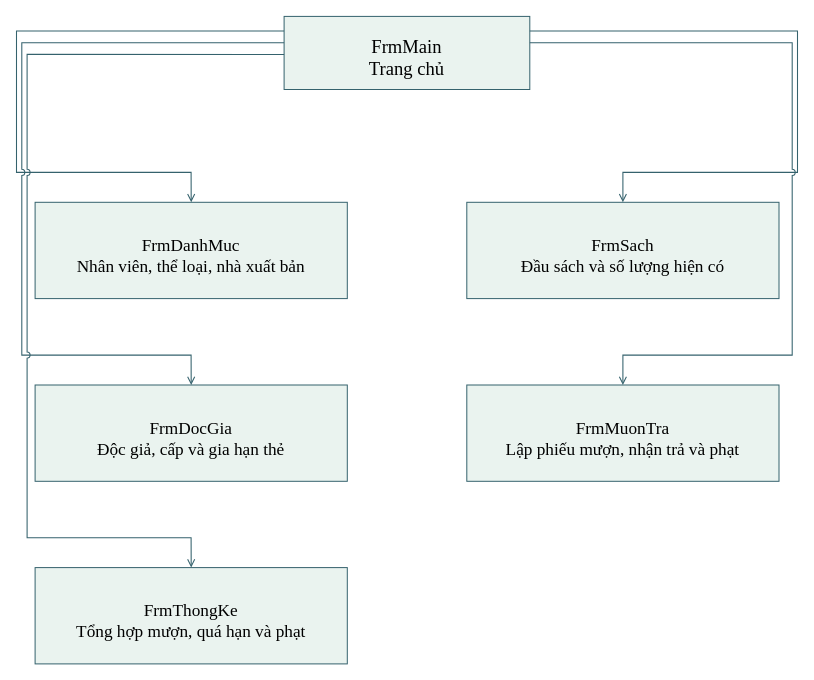
The draw.io diagram LAB2/UML/14_DieuHuongForm.drawio in kanishere55/LAB_AT_OOSD, before the edit. Source tidied: cells renumbered, new cells numbered last; positions are measured from the earlier drawing's top-left corner, leaving out a move shared by most shapes. Both pictures are drawn from the tidied source at 100%, with x=0, y=0 at pixel (16, 16).
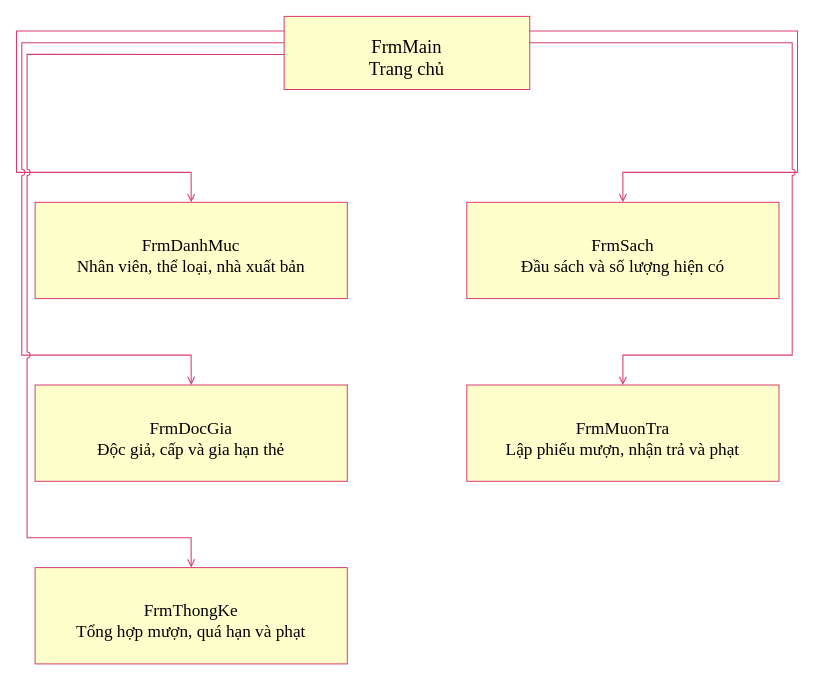
The same page after the edit.

The change refers to these unchanged cells:
```xml
<mxCell id="2" style="group;html=0;" parent="1" vertex="1">
  <mxGeometry x="267.6" y="-0.1" width="245.7" height="73.1" as="geometry" />
</mxCell>
<mxCell id="5" style="group;html=0;" parent="1" vertex="1">
  <mxGeometry x="18.6" y="185.8" width="312.2" height="96.3" as="geometry" />
</mxCell>
<mxCell id="9" style="group;html=0;" parent="1" vertex="1">
  <mxGeometry x="450.3" y="185.8" width="312.2" height="96.3" as="geometry" />
</mxCell>
<mxCell id="13" style="group;html=0;" parent="1" vertex="1">
  <mxGeometry x="18.6" y="368.5" width="312.2" height="96.3" as="geometry" />
</mxCell>
<mxCell id="17" style="group;html=0;" parent="1" vertex="1">
  <mxGeometry x="450.3" y="368.5" width="312.2" height="96.3" as="geometry" />
</mxCell>
<mxCell id="21" style="group;html=0;" parent="1" vertex="1">
  <mxGeometry x="18.6" y="551.1" width="312.2" height="96.3" as="geometry" />
</mxCell>
```

Change to the diagram source:
```diff
@@
-    <mxCell id="3" style="rounded=0;arcSize=12;html=0;fillColor=#eaf3ef;strokeColor=#35626d;strokeWidth=0.996;" parent="2" vertex="1">
+    <mxCell id="3" style="rounded=0;arcSize=12;html=0;fillColor=#ffffcc;strokeColor=#d83d70;strokeWidth=0.996;" parent="2" vertex="1">
       <mxGeometry width="245.7" height="73.1" as="geometry" />
     </mxCell>
@@
-    <mxCell id="6" style="rounded=0;arcSize=12;html=0;fillColor=#eaf3ef;strokeColor=#35626d;strokeWidth=0.996;" parent="5" vertex="1">
+    <mxCell id="6" style="rounded=0;arcSize=12;html=0;fillColor=#ffffcc;strokeColor=#d83d70;strokeWidth=0.996;" parent="5" vertex="1">
       <mxGeometry width="312.2" height="96.3" as="geometry" />
     </mxCell>
@@
-    <mxCell id="8" style="edgeStyle=none;noEdgeStyle=1;rounded=0;jumpStyle=arc;jumpSize=6;strokeColor=#35626d;strokeWidth=1.063;endArrow=open;endFill=0;startArrow=none;startFill=1;exitX=0.0;exitY=0.2;exitPerimeter=0;entryX=0.5;entryY=0.0;entryPerimeter=0;" parent="1" edge="1" source="2" target="5">
+    <mxCell id="8" style="edgeStyle=none;noEdgeStyle=1;rounded=0;jumpStyle=arc;jumpSize=6;strokeColor=#d83d70;strokeWidth=1.063;endArrow=open;endFill=0;startArrow=none;startFill=1;exitX=0.0;exitY=0.2;exitPerimeter=0;entryX=0.5;entryY=0.0;entryPerimeter=0;" parent="1" edge="1" source="2" target="5">
       <mxGeometry relative="1" as="geometry">
         <Array as="points">
           <mxPoint y="14.5" />
           <mxPoint y="155.9" />
           <mxPoint x="174.6" y="155.9" />
         </Array>
       </mxGeometry>
     </mxCell>
@@
-    <mxCell id="10" style="rounded=0;arcSize=12;html=0;fillColor=#eaf3ef;strokeColor=#35626d;strokeWidth=0.996;" parent="9" vertex="1">
+    <mxCell id="10" style="rounded=0;arcSize=12;html=0;fillColor=#ffffcc;strokeColor=#d83d70;strokeWidth=0.996;" parent="9" vertex="1">
       <mxGeometry width="312.2" height="96.3" as="geometry" />
     </mxCell>
@@
-    <mxCell id="12" style="edgeStyle=none;noEdgeStyle=1;rounded=0;jumpStyle=arc;jumpSize=6;strokeColor=#35626d;strokeWidth=1.063;endArrow=open;endFill=0;startArrow=none;startFill=1;exitX=1.0;exitY=0.2;exitPerimeter=0;entryX=0.5;entryY=0.0;entryPerimeter=0;" parent="1" edge="1" source="2" target="9">
+    <mxCell id="12" style="edgeStyle=none;noEdgeStyle=1;rounded=0;jumpStyle=arc;jumpSize=6;strokeColor=#d83d70;strokeWidth=1.063;endArrow=open;endFill=0;startArrow=none;startFill=1;exitX=1.0;exitY=0.2;exitPerimeter=0;entryX=0.5;entryY=0.0;entryPerimeter=0;" parent="1" edge="1" source="2" target="9">
       <mxGeometry relative="1" as="geometry">
         <Array as="points">
           <mxPoint x="781" y="14.5" />
           <mxPoint x="781" y="155.9" />
           <mxPoint x="606.4" y="155.9" />
         </Array>
       </mxGeometry>
     </mxCell>
@@
-    <mxCell id="14" style="rounded=0;arcSize=12;html=0;fillColor=#eaf3ef;strokeColor=#35626d;strokeWidth=0.996;" parent="13" vertex="1">
+    <mxCell id="14" style="rounded=0;arcSize=12;html=0;fillColor=#ffffcc;strokeColor=#d83d70;strokeWidth=0.996;" parent="13" vertex="1">
       <mxGeometry width="312.2" height="96.3" as="geometry" />
     </mxCell>
@@
-    <mxCell id="16" style="edgeStyle=none;noEdgeStyle=1;rounded=0;jumpStyle=arc;jumpSize=6;strokeColor=#35626d;strokeWidth=1.063;endArrow=open;endFill=0;startArrow=none;startFill=1;exitX=0.0;exitY=0.35999999999999993;exitPerimeter=0;entryX=0.5;entryY=0.0;entryPerimeter=0;" parent="1" edge="1" source="2" target="13">
+    <mxCell id="16" style="edgeStyle=none;noEdgeStyle=1;rounded=0;jumpStyle=arc;jumpSize=6;strokeColor=#d83d70;strokeWidth=1.063;endArrow=open;endFill=0;startArrow=none;startFill=1;exitX=0.0;exitY=0.35999999999999993;exitPerimeter=0;entryX=0.5;entryY=0.0;entryPerimeter=0;" parent="1" edge="1" source="2" target="13">
       <mxGeometry relative="1" as="geometry">
         <Array as="points">
           <mxPoint x="5.3" y="26.2" />
           <mxPoint x="5.3" y="338.6" />
           <mxPoint x="174.6" y="338.6" />
         </Array>
       </mxGeometry>
     </mxCell>
@@
-    <mxCell id="18" style="rounded=0;arcSize=12;html=0;fillColor=#eaf3ef;strokeColor=#35626d;strokeWidth=0.996;" parent="17" vertex="1">
+    <mxCell id="18" style="rounded=0;arcSize=12;html=0;fillColor=#ffffcc;strokeColor=#d83d70;strokeWidth=0.996;" parent="17" vertex="1">
       <mxGeometry width="312.2" height="96.3" as="geometry" />
     </mxCell>
@@
-    <mxCell id="20" style="edgeStyle=none;noEdgeStyle=1;rounded=0;jumpStyle=arc;jumpSize=6;strokeColor=#35626d;strokeWidth=1.063;endArrow=open;endFill=0;startArrow=none;startFill=1;exitX=1.0;exitY=0.35999999999999993;exitPerimeter=0;entryX=0.5;entryY=0.0;entryPerimeter=0;" parent="1" edge="1" source="2" target="17">
+    <mxCell id="20" style="edgeStyle=none;noEdgeStyle=1;rounded=0;jumpStyle=arc;jumpSize=6;strokeColor=#d83d70;strokeWidth=1.063;endArrow=open;endFill=0;startArrow=none;startFill=1;exitX=1.0;exitY=0.35999999999999993;exitPerimeter=0;entryX=0.5;entryY=0.0;entryPerimeter=0;" parent="1" edge="1" source="2" target="17">
       <mxGeometry relative="1" as="geometry">
         <Array as="points">
           <mxPoint x="775.7" y="26.2" />
           <mxPoint x="775.7" y="338.6" />
           <mxPoint x="606.4" y="338.6" />
         </Array>
       </mxGeometry>
     </mxCell>
@@
-    <mxCell id="22" style="rounded=0;arcSize=12;html=0;fillColor=#eaf3ef;strokeColor=#35626d;strokeWidth=0.996;" parent="21" vertex="1">
+    <mxCell id="22" style="rounded=0;arcSize=12;html=0;fillColor=#ffffcc;strokeColor=#d83d70;strokeWidth=0.996;" parent="21" vertex="1">
       <mxGeometry width="312.2" height="96.3" as="geometry" />
     </mxCell>
@@
-    <mxCell id="24" style="edgeStyle=none;noEdgeStyle=1;rounded=0;jumpStyle=arc;jumpSize=6;strokeColor=#35626d;strokeWidth=1.063;endArrow=open;endFill=0;startArrow=none;startFill=1;exitX=0.0;exitY=0.52;exitPerimeter=0;entryX=0.5;entryY=0.0;entryPerimeter=0;" parent="1" edge="1" source="2" target="21">
+    <mxCell id="24" style="edgeStyle=none;noEdgeStyle=1;rounded=0;jumpStyle=arc;jumpSize=6;strokeColor=#d83d70;strokeWidth=1.063;endArrow=open;endFill=0;startArrow=none;startFill=1;exitX=0.0;exitY=0.52;exitPerimeter=0;entryX=0.5;entryY=0.0;entryPerimeter=0;" parent="1" edge="1" source="2" target="21">
       <mxGeometry relative="1" as="geometry">
         <Array as="points">
           <mxPoint x="10.6" y="37.9" />
           <mxPoint x="10.6" y="521.2" />
           <mxPoint x="174.6" y="521.2" />
         </Array>
       </mxGeometry>
     </mxCell>
```
